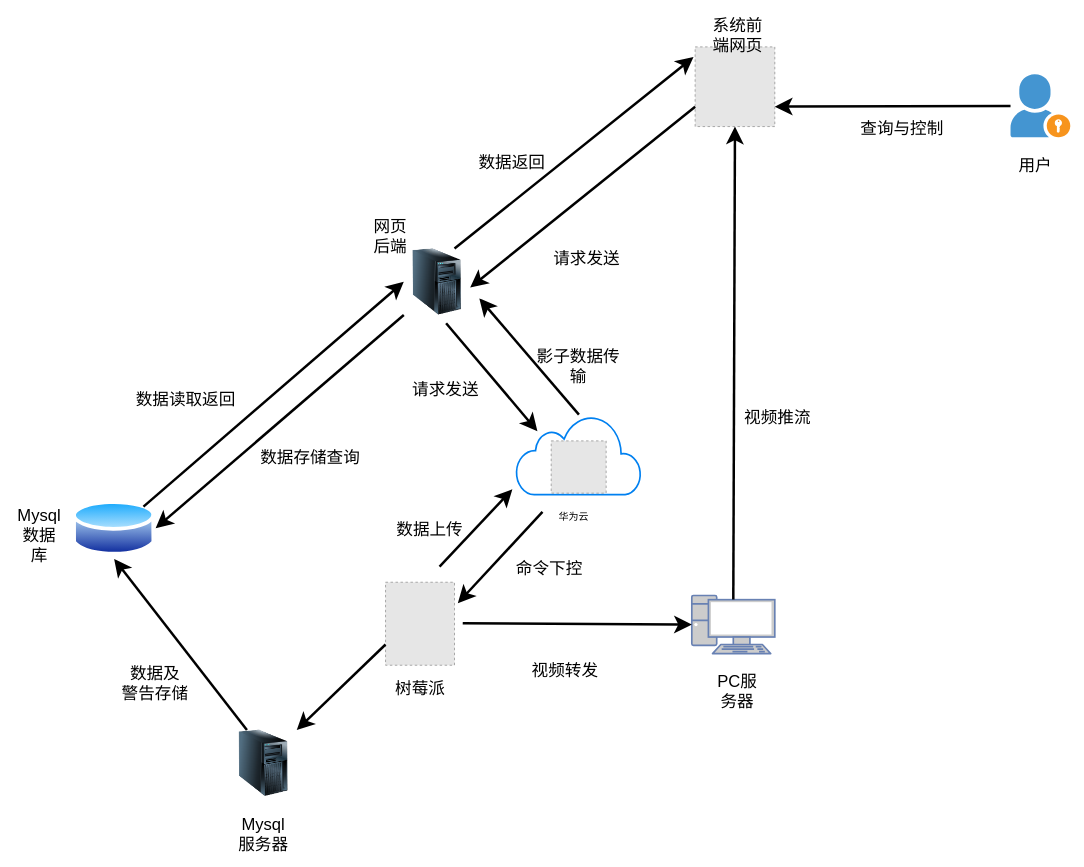
The draw.io diagram 物理拓扑.drawio in niusama2/papper_chart, before the edit. Source tidied: cells renumbered, new cells numbered last; positions are measured from the earlier drawing's top-left corner, leaving out a move shared by most shapes. Both pictures are drawn from the tidied source at 83%, with x=0, y=0 at pixel (14, 22). Pictures stored in the file or linked from it are replaced by grey dashed boxes.
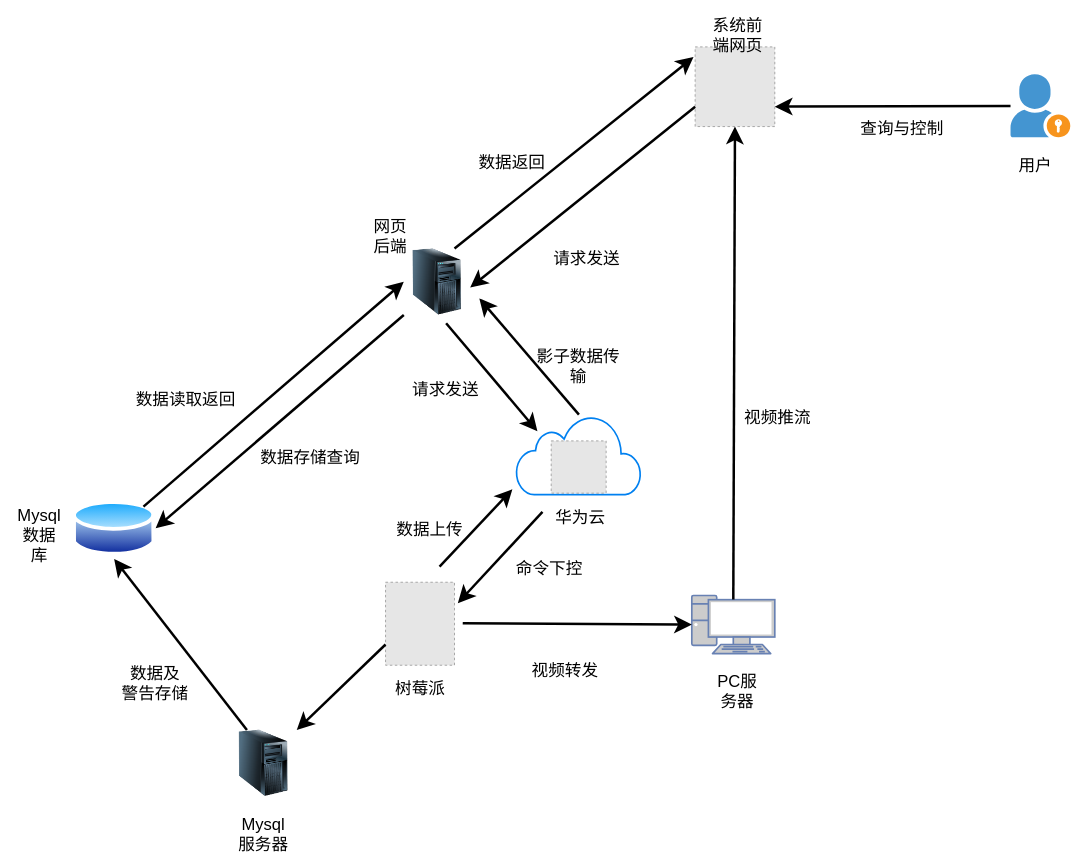
Above is the later version.

Commit message:
更新物理拓扑.drawio

What changed in the source:
```diff
@@
-    <mxCell id="16" value="华为云" style="text;html=1;align=center;verticalAlign=middle;whiteSpace=wrap;rounded=0;" parent="1" vertex="1">
-      <mxGeometry x="644" y="581" width="60" height="30" as="geometry" />
+    <mxCell id="16" value="华为云" style="text;html=1;align=center;verticalAlign=middle;whiteSpace=wrap;rounded=0;fontSize=20;" parent="1" vertex="1">
+      <mxGeometry x="644" y="581" width="76" height="30" as="geometry" />
     </mxCell>
```
